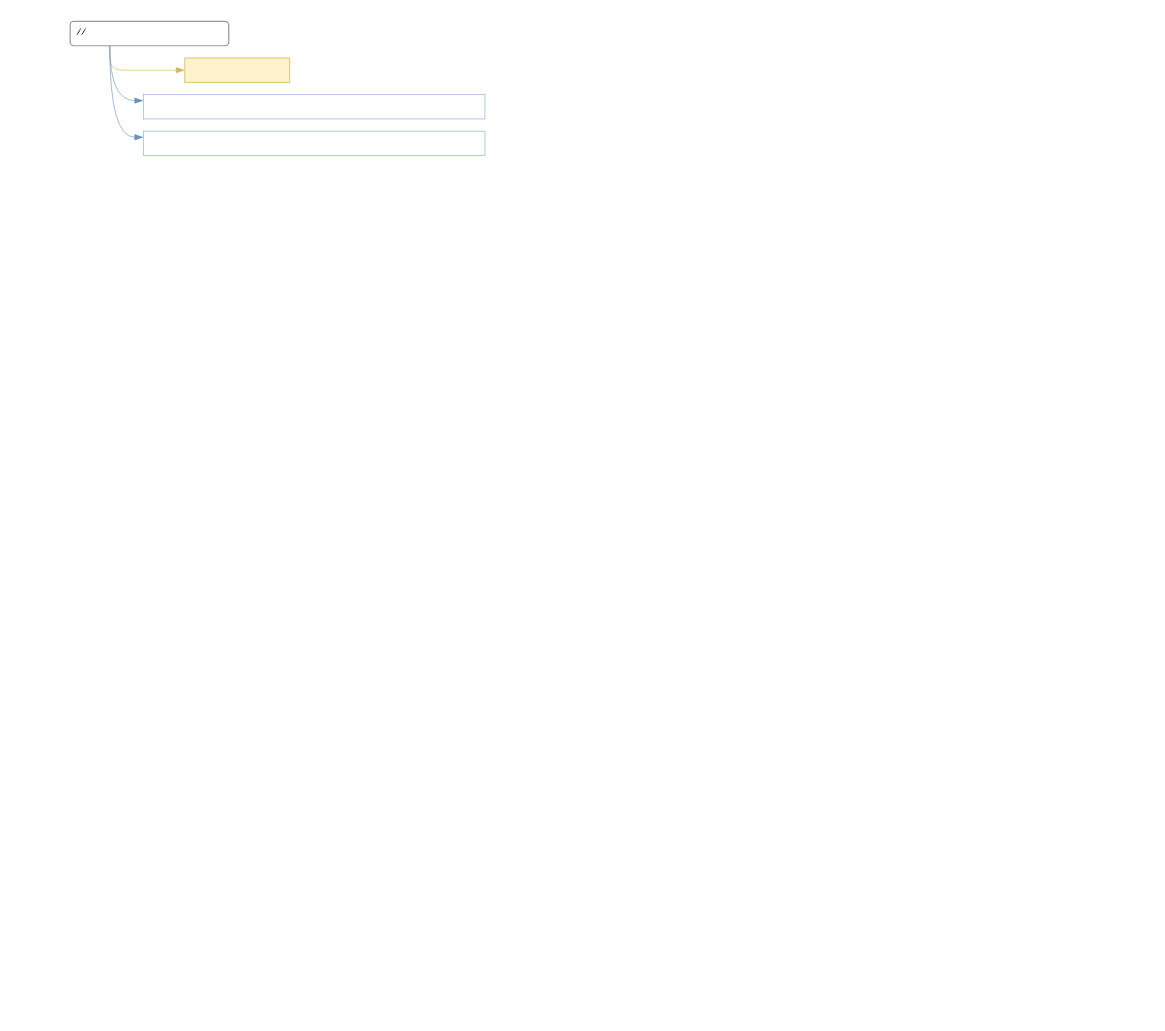
ptt743/draw keeps this draw.io diagram as page "Trang-4" (4 of 4) of vocabulary.drawio. Above is the earlier version. Source tidied: cells renumbered, new cells numbered last; positions are measured from the earlier drawing's top-left corner, leaving out a move shared by most shapes. Both pictures are drawn from the tidied source at 122%, with x=0, y=0 at pixel (70, 21).
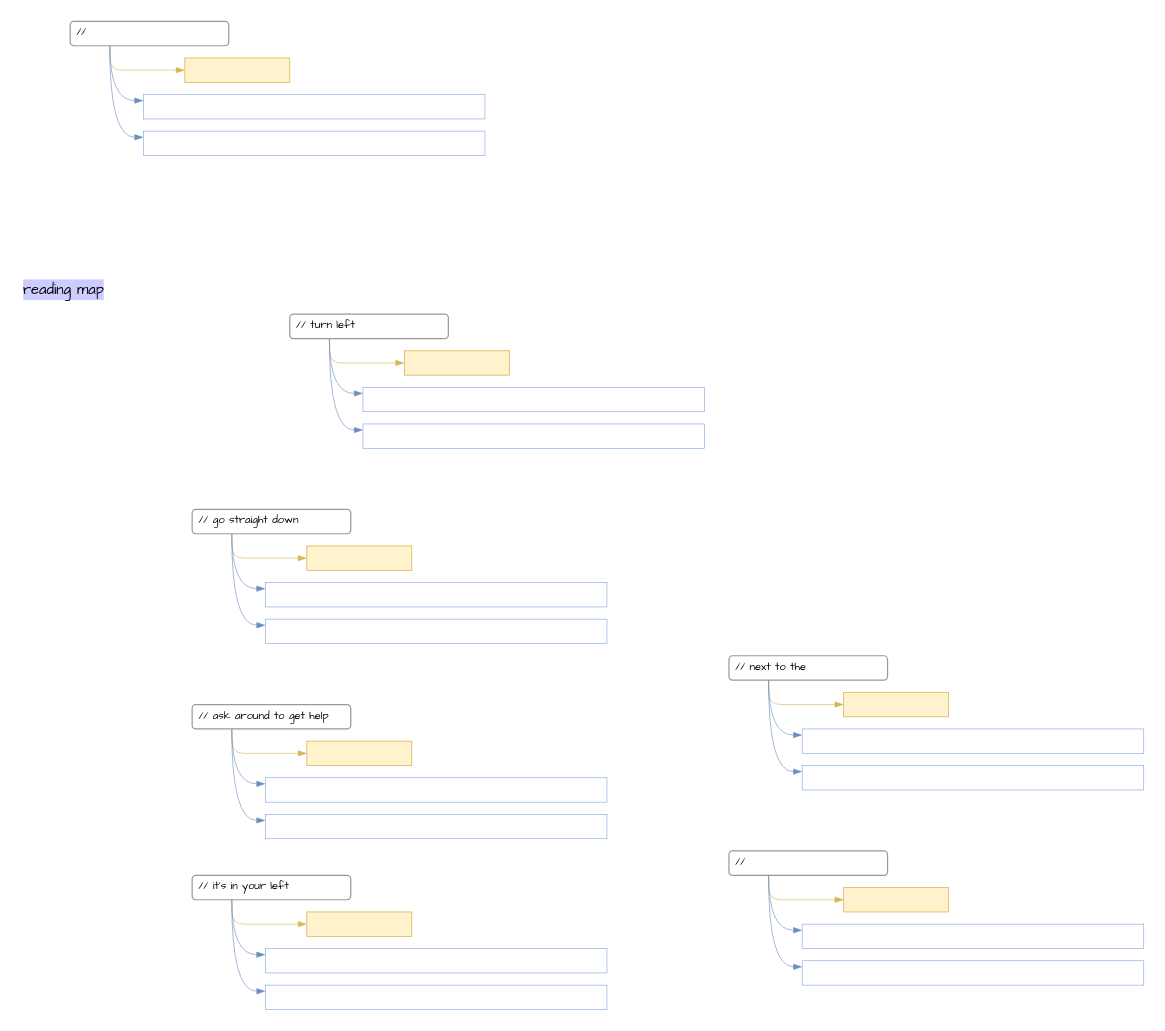
After the change.

What changed in the source:
```diff
@@
-    <mxCell id="2" value="&amp;nbsp;//" style="rounded=1;whiteSpace=wrap;html=1;strokeColor=#999999;fontFamily=Comic Sans MS;strokeWidth=1;fontSize=9;align=left;" parent="1" vertex="1">
+    <mxCell id="2" value="&amp;nbsp;//&amp;nbsp;" style="rounded=1;whiteSpace=wrap;html=1;strokeColor=#999999;fontFamily=Comic Sans MS;strokeWidth=1;fontSize=9;align=left;" parent="1" vertex="1">
       <mxGeometry width="130" height="20" as="geometry" />
     </mxCell>
@@
+    <mxCell id="9" value="&amp;nbsp;// turn left" style="rounded=1;whiteSpace=wrap;html=1;strokeColor=#999999;fontFamily=Comic Sans MS;strokeWidth=1;fontSize=9;align=left;" parent="1" vertex="1">
+      <mxGeometry x="180" y="240" width="130" height="20" as="geometry" />
+    </mxCell>
+    <mxCell id="10" style="rounded=0;whiteSpace=wrap;html=1;fillColor=#fff2cc;strokeColor=#d6b656;strokeWidth=0.65;fontFamily=Comic Sans MS;align=left;verticalAlign=top;fontSize=9;" parent="1" vertex="1">
+      <mxGeometry x="274" y="270" width="86" height="20" as="geometry" />
+    </mxCell>
+    <mxCell id="11" style="endArrow=blockThin;html=1;rounded=1;strokeColor=#d6b656;endFill=1;strokeWidth=0.5;exitX=0.25;exitY=1;exitDx=0;exitDy=0;entryX=0;entryY=0.5;entryDx=0;entryDy=0;fontSize=9;curved=0;fillColor=#fff2cc;" parent="1" edge="1" source="9" target="10">
+      <mxGeometry relative="1" as="geometry">
+        <Array as="points">
+          <mxPoint x="212.5" y="280" />
+        </Array>
+      </mxGeometry>
+    </mxCell>
+    <mxCell id="12" style="rounded=0;whiteSpace=wrap;html=1;fontFamily=Comic Sans MS;strokeWidth=0.5;strokeColor=#7EA6E0;align=left;verticalAlign=top;fontSize=9;" parent="1" vertex="1">
+      <mxGeometry x="240" y="300" width="280" height="20" as="geometry" />
+    </mxCell>
+    <mxCell id="13" style="endArrow=blockThin;html=1;rounded=0;strokeColor=#6c8ebf;endFill=1;strokeWidth=0.5;exitX=0.25;exitY=1;exitDx=0;exitDy=0;entryX=0;entryY=0.25;entryDx=0;entryDy=0;fontSize=9;curved=1;fillColor=#dae8fc;" parent="1" edge="1" source="9" target="12">
+      <mxGeometry relative="1" as="geometry">
+        <Array as="points">
+          <mxPoint x="212.5" y="305" />
+        </Array>
+      </mxGeometry>
+    </mxCell>
+    <mxCell id="14" style="rounded=0;whiteSpace=wrap;html=1;fontFamily=Comic Sans MS;strokeWidth=0.5;strokeColor=#7EA6E0;align=left;verticalAlign=top;fontSize=9;" parent="1" vertex="1">
+      <mxGeometry x="240" y="330" width="280" height="20" as="geometry" />
+    </mxCell>
+    <mxCell id="15" style="endArrow=blockThin;html=1;rounded=0;strokeColor=#6c8ebf;endFill=1;strokeWidth=0.5;exitX=0.25;exitY=1;exitDx=0;exitDy=0;entryX=0;entryY=0.25;entryDx=0;entryDy=0;fontSize=9;curved=1;fillColor=#dae8fc;" parent="1" edge="1" source="9" target="14">
+      <mxGeometry relative="1" as="geometry">
+        <Array as="points">
+          <mxPoint x="212.2" y="335" />
+        </Array>
+      </mxGeometry>
+    </mxCell>
+    <mxCell id="16" value="&lt;font face=&quot;Comic Sans MS&quot; style=&quot;background-color: rgb(204, 204, 255);&quot;&gt;reading map&lt;/font&gt;" style="text;html=1;whiteSpace=wrap;strokeColor=none;fillColor=none;align=center;verticalAlign=middle;rounded=0;" parent="1" vertex="1">
+      <mxGeometry x="-40" y="210" width="70" height="20" as="geometry" />
+    </mxCell>
+    <mxCell id="17" value="&amp;nbsp;// go straight down" style="rounded=1;whiteSpace=wrap;html=1;strokeColor=#999999;fontFamily=Comic Sans MS;strokeWidth=1;fontSize=9;align=left;" parent="1" vertex="1">
+      <mxGeometry x="100" y="400" width="130" height="20" as="geometry" />
+    </mxCell>
+    <mxCell id="18" style="rounded=0;whiteSpace=wrap;html=1;fillColor=#fff2cc;strokeColor=#d6b656;strokeWidth=0.65;fontFamily=Comic Sans MS;align=left;verticalAlign=top;fontSize=9;" parent="1" vertex="1">
+      <mxGeometry x="194" y="430" width="86" height="20" as="geometry" />
+    </mxCell>
+    <mxCell id="19" style="endArrow=blockThin;html=1;rounded=1;strokeColor=#d6b656;endFill=1;strokeWidth=0.5;exitX=0.25;exitY=1;exitDx=0;exitDy=0;entryX=0;entryY=0.5;entryDx=0;entryDy=0;fontSize=9;curved=0;fillColor=#fff2cc;" parent="1" edge="1" source="17" target="18">
+      <mxGeometry relative="1" as="geometry">
+        <Array as="points">
+          <mxPoint x="132.5" y="440" />
+        </Array>
+      </mxGeometry>
+    </mxCell>
+    <mxCell id="20" style="rounded=0;whiteSpace=wrap;html=1;fontFamily=Comic Sans MS;strokeWidth=0.5;strokeColor=#7EA6E0;align=left;verticalAlign=top;fontSize=9;" parent="1" vertex="1">
+      <mxGeometry x="160" y="460" width="280" height="20" as="geometry" />
+    </mxCell>
+    <mxCell id="21" style="endArrow=blockThin;html=1;rounded=0;strokeColor=#6c8ebf;endFill=1;strokeWidth=0.5;exitX=0.25;exitY=1;exitDx=0;exitDy=0;entryX=0;entryY=0.25;entryDx=0;entryDy=0;fontSize=9;curved=1;fillColor=#dae8fc;" parent="1" edge="1" source="17" target="20">
+      <mxGeometry relative="1" as="geometry">
+        <Array as="points">
+          <mxPoint x="132.5" y="465" />
+        </Array>
+      </mxGeometry>
+    </mxCell>
+    <mxCell id="22" style="rounded=0;whiteSpace=wrap;html=1;fontFamily=Comic Sans MS;strokeWidth=0.5;strokeColor=#7EA6E0;align=left;verticalAlign=top;fontSize=9;" parent="1" vertex="1">
+      <mxGeometry x="160" y="490" width="280" height="20" as="geometry" />
+    </mxCell>
+    <mxCell id="23" style="endArrow=blockThin;html=1;rounded=0;strokeColor=#6c8ebf;endFill=1;strokeWidth=0.5;exitX=0.25;exitY=1;exitDx=0;exitDy=0;entryX=0;entryY=0.25;entryDx=0;entryDy=0;fontSize=9;curved=1;fillColor=#dae8fc;" parent="1" edge="1" source="17" target="22">
+      <mxGeometry relative="1" as="geometry">
+        <Array as="points">
+          <mxPoint x="132.2" y="495" />
+        </Array>
+      </mxGeometry>
+    </mxCell>
+    <mxCell id="24" value="&amp;nbsp;// ask around to get help" style="rounded=1;whiteSpace=wrap;html=1;strokeColor=#999999;fontFamily=Comic Sans MS;strokeWidth=1;fontSize=9;align=left;" parent="1" vertex="1">
+      <mxGeometry x="100" y="560" width="130" height="20" as="geometry" />
+    </mxCell>
+    <mxCell id="25" style="rounded=0;whiteSpace=wrap;html=1;fillColor=#fff2cc;strokeColor=#d6b656;strokeWidth=0.65;fontFamily=Comic Sans MS;align=left;verticalAlign=top;fontSize=9;" parent="1" vertex="1">
+      <mxGeometry x="194" y="590" width="86" height="20" as="geometry" />
+    </mxCell>
+    <mxCell id="26" style="endArrow=blockThin;html=1;rounded=1;strokeColor=#d6b656;endFill=1;strokeWidth=0.5;exitX=0.25;exitY=1;exitDx=0;exitDy=0;entryX=0;entryY=0.5;entryDx=0;entryDy=0;fontSize=9;curved=0;fillColor=#fff2cc;" parent="1" edge="1" source="24" target="25">
+      <mxGeometry relative="1" as="geometry">
+        <Array as="points">
+          <mxPoint x="132.5" y="600" />
+        </Array>
+      </mxGeometry>
+    </mxCell>
+    <mxCell id="27" style="rounded=0;whiteSpace=wrap;html=1;fontFamily=Comic Sans MS;strokeWidth=0.5;strokeColor=#7EA6E0;align=left;verticalAlign=top;fontSize=9;" parent="1" vertex="1">
+      <mxGeometry x="160" y="620" width="280" height="20" as="geometry" />
+    </mxCell>
+    <mxCell id="28" style="endArrow=blockThin;html=1;rounded=0;strokeColor=#6c8ebf;endFill=1;strokeWidth=0.5;exitX=0.25;exitY=1;exitDx=0;exitDy=0;entryX=0;entryY=0.25;entryDx=0;entryDy=0;fontSize=9;curved=1;fillColor=#dae8fc;" parent="1" edge="1" source="24" target="27">
+      <mxGeometry relative="1" as="geometry">
+        <Array as="points">
+          <mxPoint x="132.5" y="625" />
+        </Array>
+      </mxGeometry>
+    </mxCell>
+    <mxCell id="29" style="rounded=0;whiteSpace=wrap;html=1;fontFamily=Comic Sans MS;strokeWidth=0.5;strokeColor=#7EA6E0;align=left;verticalAlign=top;fontSize=9;" parent="1" vertex="1">
+      <mxGeometry x="160" y="650" width="280" height="20" as="geometry" />
+    </mxCell>
+    <mxCell id="30" style="endArrow=blockThin;html=1;rounded=0;strokeColor=#6c8ebf;endFill=1;strokeWidth=0.5;exitX=0.25;exitY=1;exitDx=0;exitDy=0;entryX=0;entryY=0.25;entryDx=0;entryDy=0;fontSize=9;curved=1;fillColor=#dae8fc;" parent="1" edge="1" source="24" target="29">
+      <mxGeometry relative="1" as="geometry">
+        <Array as="points">
+          <mxPoint x="132.2" y="655" />
+        </Array>
+      </mxGeometry>
+    </mxCell>
+    <mxCell id="31" value="&amp;nbsp;// next to the" style="rounded=1;whiteSpace=wrap;html=1;strokeColor=#999999;fontFamily=Comic Sans MS;strokeWidth=1;fontSize=9;align=left;" parent="1" vertex="1">
+      <mxGeometry x="540" y="520" width="130" height="20" as="geometry" />
+    </mxCell>
+    <mxCell id="32" style="rounded=0;whiteSpace=wrap;html=1;fillColor=#fff2cc;strokeColor=#d6b656;strokeWidth=0.65;fontFamily=Comic Sans MS;align=left;verticalAlign=top;fontSize=9;" parent="1" vertex="1">
+      <mxGeometry x="634" y="550" width="86" height="20" as="geometry" />
+    </mxCell>
+    <mxCell id="33" style="endArrow=blockThin;html=1;rounded=1;strokeColor=#d6b656;endFill=1;strokeWidth=0.5;exitX=0.25;exitY=1;exitDx=0;exitDy=0;entryX=0;entryY=0.5;entryDx=0;entryDy=0;fontSize=9;curved=0;fillColor=#fff2cc;" parent="1" edge="1" source="31" target="32">
+      <mxGeometry relative="1" as="geometry">
+        <Array as="points">
+          <mxPoint x="572.5" y="560" />
+        </Array>
+      </mxGeometry>
+    </mxCell>
+    <mxCell id="34" style="rounded=0;whiteSpace=wrap;html=1;fontFamily=Comic Sans MS;strokeWidth=0.5;strokeColor=#7EA6E0;align=left;verticalAlign=top;fontSize=9;" parent="1" vertex="1">
+      <mxGeometry x="600" y="580" width="280" height="20" as="geometry" />
+    </mxCell>
+    <mxCell id="35" style="endArrow=blockThin;html=1;rounded=0;strokeColor=#6c8ebf;endFill=1;strokeWidth=0.5;exitX=0.25;exitY=1;exitDx=0;exitDy=0;entryX=0;entryY=0.25;entryDx=0;entryDy=0;fontSize=9;curved=1;fillColor=#dae8fc;" parent="1" edge="1" source="31" target="34">
+      <mxGeometry relative="1" as="geometry">
+        <Array as="points">
+          <mxPoint x="572.5" y="585" />
+        </Array>
+      </mxGeometry>
+    </mxCell>
+    <mxCell id="36" style="rounded=0;whiteSpace=wrap;html=1;fontFamily=Comic Sans MS;strokeWidth=0.5;strokeColor=#7EA6E0;align=left;verticalAlign=top;fontSize=9;" parent="1" vertex="1">
+      <mxGeometry x="600" y="610" width="280" height="20" as="geometry" />
+    </mxCell>
+    <mxCell id="37" style="endArrow=blockThin;html=1;rounded=0;strokeColor=#6c8ebf;endFill=1;strokeWidth=0.5;exitX=0.25;exitY=1;exitDx=0;exitDy=0;entryX=0;entryY=0.25;entryDx=0;entryDy=0;fontSize=9;curved=1;fillColor=#dae8fc;" parent="1" edge="1" source="31" target="36">
+      <mxGeometry relative="1" as="geometry">
+        <Array as="points">
+          <mxPoint x="572.2" y="615" />
+        </Array>
+      </mxGeometry>
+    </mxCell>
+    <mxCell id="38" value="&amp;nbsp;//&amp;nbsp;" style="rounded=1;whiteSpace=wrap;html=1;strokeColor=#999999;fontFamily=Comic Sans MS;strokeWidth=1;fontSize=9;align=left;" parent="1" vertex="1">
+      <mxGeometry x="540" y="680" width="130" height="20" as="geometry" />
+    </mxCell>
+    <mxCell id="39" style="rounded=0;whiteSpace=wrap;html=1;fillColor=#fff2cc;strokeColor=#d6b656;strokeWidth=0.65;fontFamily=Comic Sans MS;align=left;verticalAlign=top;fontSize=9;" parent="1" vertex="1">
+      <mxGeometry x="634" y="710" width="86" height="20" as="geometry" />
+    </mxCell>
+    <mxCell id="40" style="endArrow=blockThin;html=1;rounded=1;strokeColor=#d6b656;endFill=1;strokeWidth=0.5;exitX=0.25;exitY=1;exitDx=0;exitDy=0;entryX=0;entryY=0.5;entryDx=0;entryDy=0;fontSize=9;curved=0;fillColor=#fff2cc;" parent="1" edge="1" source="38" target="39">
+      <mxGeometry relative="1" as="geometry">
+        <Array as="points">
+          <mxPoint x="572.5" y="720" />
+        </Array>
+      </mxGeometry>
+    </mxCell>
+    <mxCell id="41" style="rounded=0;whiteSpace=wrap;html=1;fontFamily=Comic Sans MS;strokeWidth=0.5;strokeColor=#7EA6E0;align=left;verticalAlign=top;fontSize=9;" parent="1" vertex="1">
+      <mxGeometry x="600" y="740" width="280" height="20" as="geometry" />
+    </mxCell>
+    <mxCell id="42" style="endArrow=blockThin;html=1;rounded=0;strokeColor=#6c8ebf;endFill=1;strokeWidth=0.5;exitX=0.25;exitY=1;exitDx=0;exitDy=0;entryX=0;entryY=0.25;entryDx=0;entryDy=0;fontSize=9;curved=1;fillColor=#dae8fc;" parent="1" edge="1" source="38" target="41">
+      <mxGeometry relative="1" as="geometry">
+        <Array as="points">
+          <mxPoint x="572.5" y="745" />
+        </Array>
+      </mxGeometry>
+    </mxCell>
+    <mxCell id="43" style="rounded=0;whiteSpace=wrap;html=1;fontFamily=Comic Sans MS;strokeWidth=0.5;strokeColor=#7EA6E0;align=left;verticalAlign=top;fontSize=9;" parent="1" vertex="1">
+      <mxGeometry x="600" y="770" width="280" height="20" as="geometry" />
+    </mxCell>
+    <mxCell id="44" style="endArrow=blockThin;html=1;rounded=0;strokeColor=#6c8ebf;endFill=1;strokeWidth=0.5;exitX=0.25;exitY=1;exitDx=0;exitDy=0;entryX=0;entryY=0.25;entryDx=0;entryDy=0;fontSize=9;curved=1;fillColor=#dae8fc;" parent="1" edge="1" source="38" target="43">
+      <mxGeometry relative="1" as="geometry">
+        <Array as="points">
+          <mxPoint x="572.2" y="775" />
+        </Array>
+      </mxGeometry>
+    </mxCell>
+    <mxCell id="45" value="&amp;nbsp;// it's in your left" style="rounded=1;whiteSpace=wrap;html=1;strokeColor=#999999;fontFamily=Comic Sans MS;strokeWidth=1;fontSize=9;align=left;" parent="1" vertex="1">
+      <mxGeometry x="100" y="700" width="130" height="20" as="geometry" />
+    </mxCell>
+    <mxCell id="46" style="rounded=0;whiteSpace=wrap;html=1;fillColor=#fff2cc;strokeColor=#d6b656;strokeWidth=0.65;fontFamily=Comic Sans MS;align=left;verticalAlign=top;fontSize=9;" parent="1" vertex="1">
+      <mxGeometry x="194" y="730" width="86" height="20" as="geometry" />
+    </mxCell>
+    <mxCell id="47" style="endArrow=blockThin;html=1;rounded=1;strokeColor=#d6b656;endFill=1;strokeWidth=0.5;exitX=0.25;exitY=1;exitDx=0;exitDy=0;entryX=0;entryY=0.5;entryDx=0;entryDy=0;fontSize=9;curved=0;fillColor=#fff2cc;" parent="1" edge="1" source="45" target="46">
+      <mxGeometry relative="1" as="geometry">
+        <Array as="points">
+          <mxPoint x="132.5" y="740" />
+        </Array>
+      </mxGeometry>
+    </mxCell>
+    <mxCell id="48" style="rounded=0;whiteSpace=wrap;html=1;fontFamily=Comic Sans MS;strokeWidth=0.5;strokeColor=#7EA6E0;align=left;verticalAlign=top;fontSize=9;" parent="1" vertex="1">
+      <mxGeometry x="160" y="760" width="280" height="20" as="geometry" />
+    </mxCell>
+    <mxCell id="49" style="endArrow=blockThin;html=1;rounded=0;strokeColor=#6c8ebf;endFill=1;strokeWidth=0.5;exitX=0.25;exitY=1;exitDx=0;exitDy=0;entryX=0;entryY=0.25;entryDx=0;entryDy=0;fontSize=9;curved=1;fillColor=#dae8fc;" parent="1" edge="1" source="45" target="48">
+      <mxGeometry relative="1" as="geometry">
+        <Array as="points">
+          <mxPoint x="132.5" y="765" />
+        </Array>
+      </mxGeometry>
+    </mxCell>
+    <mxCell id="50" style="rounded=0;whiteSpace=wrap;html=1;fontFamily=Comic Sans MS;strokeWidth=0.5;strokeColor=#7EA6E0;align=left;verticalAlign=top;fontSize=9;" parent="1" vertex="1">
+      <mxGeometry x="160" y="790" width="280" height="20" as="geometry" />
+    </mxCell>
+    <mxCell id="51" style="endArrow=blockThin;html=1;rounded=0;strokeColor=#6c8ebf;endFill=1;strokeWidth=0.5;exitX=0.25;exitY=1;exitDx=0;exitDy=0;entryX=0;entryY=0.25;entryDx=0;entryDy=0;fontSize=9;curved=1;fillColor=#dae8fc;" parent="1" edge="1" source="45" target="50">
+      <mxGeometry relative="1" as="geometry">
+        <Array as="points">
+          <mxPoint x="132.2" y="795" />
+        </Array>
+      </mxGeometry>
+    </mxCell>
```
